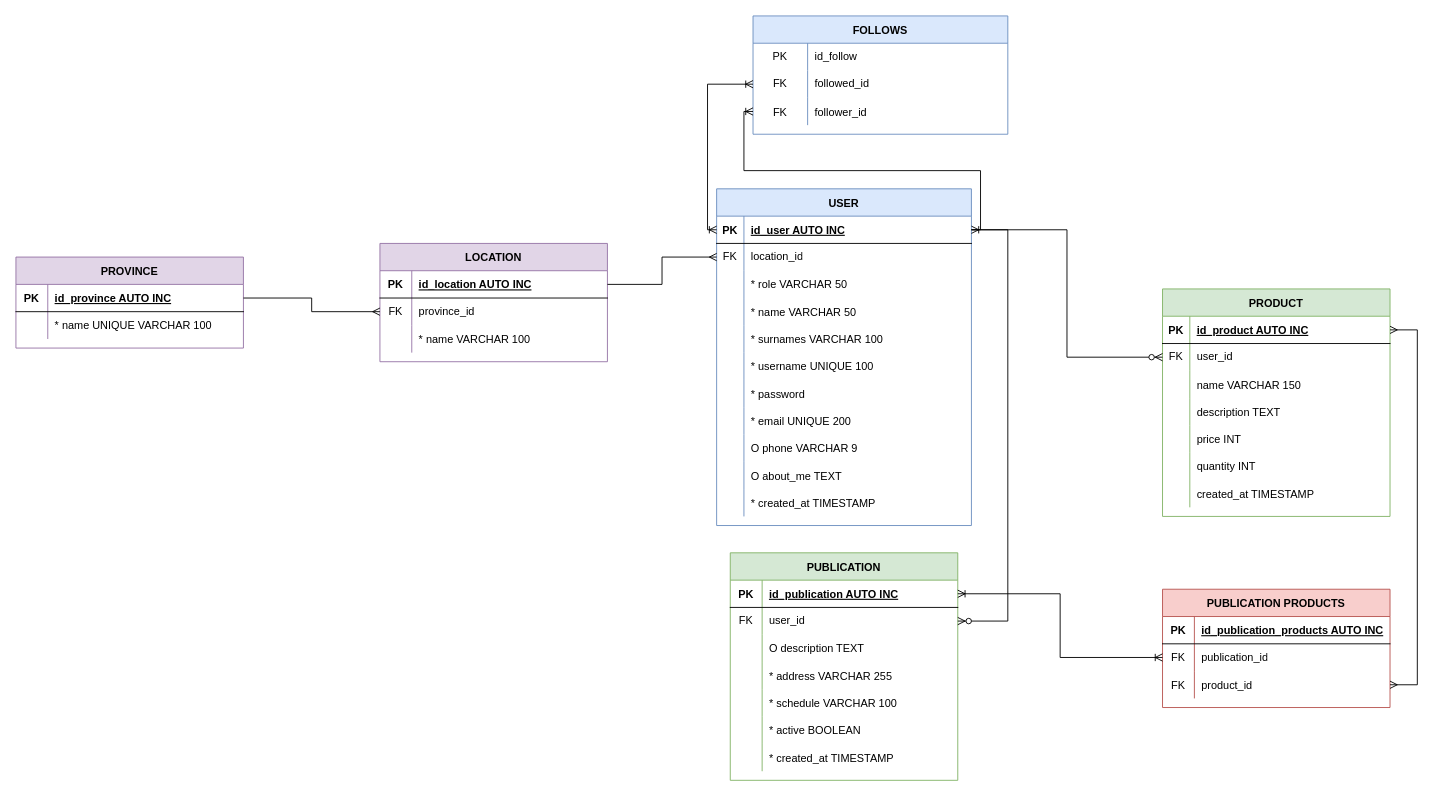
cnievaslozano/ConectaCampo keeps this draw.io diagram as diseño-bd.drawio. Above is the earlier version. Source tidied: cells renumbered, new cells numbered last; positions are measured from the earlier drawing's top-left corner, leaving out a move shared by most shapes. Both pictures are drawn from the tidied source at 91%, with x=0, y=0 at pixel (15, 15).
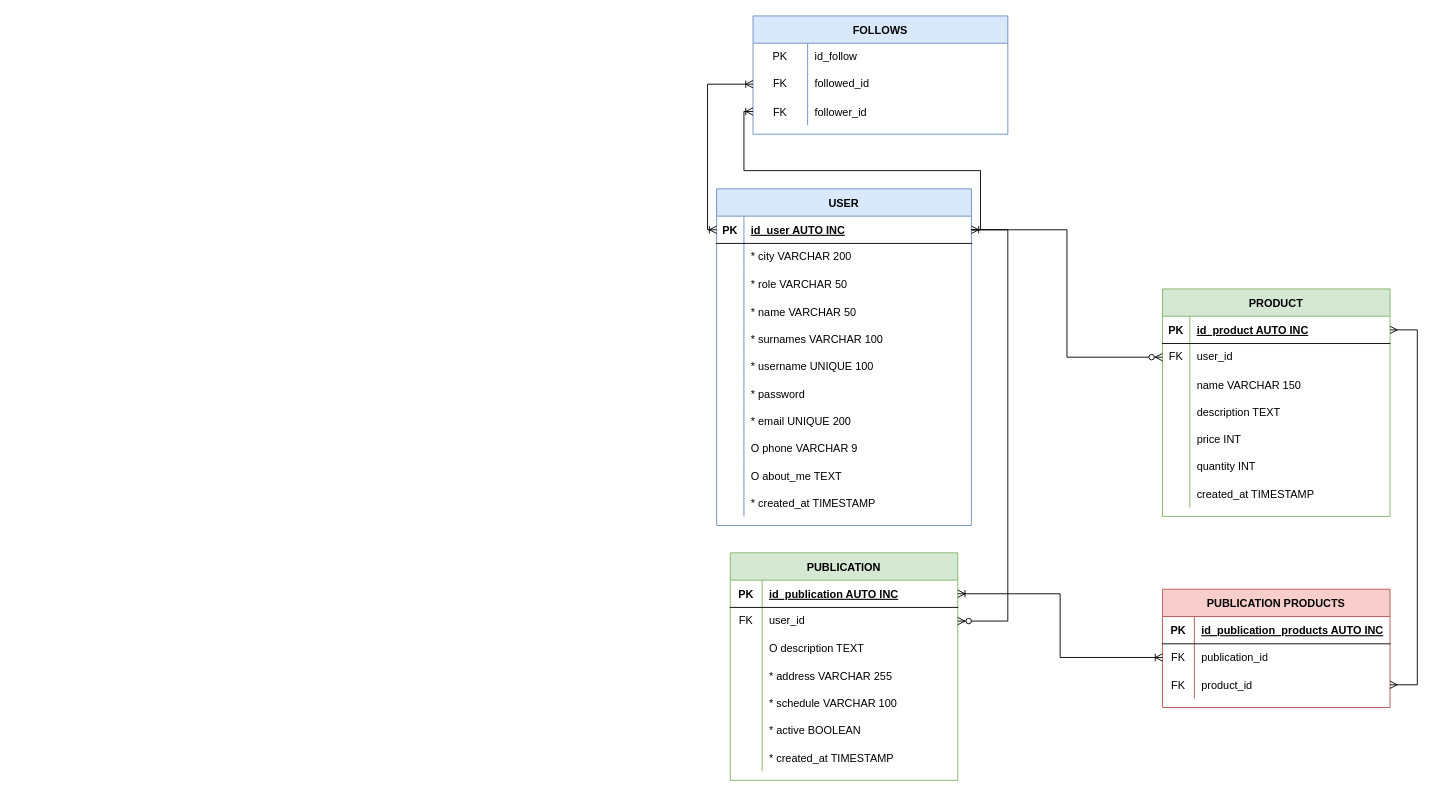
Above is the later version.

Commit message (it also covers changes not shown here):
Simplify location to city

Unchanged cells that the change refers to:
```xml
<mxCell id="6" style="shape=tableRow;horizontal=0;startSize=0;swimlaneHead=0;swimlaneBody=0;fillColor=none;points=[[0,0.5],[1,0.5]];portConstraint=eastwest;top=0;left=0;right=0;bottom=0;" parent="2" vertex="1">
  <mxGeometry y="60" width="280" height="30" as="geometry" />
</mxCell>
```

What changed in the source:
```diff
@@
-    <mxCell id="7" value="FK" style="shape=partialRectangle;fillColor=none;top=0;left=0;bottom=0;right=0;fontStyle=0;overflow=hidden;whiteSpace=wrap;html=1;" parent="6" vertex="1">
+    <mxCell id="7" style="shape=partialRectangle;fillColor=none;top=0;left=0;bottom=0;right=0;fontStyle=0;overflow=hidden;whiteSpace=wrap;html=1;" parent="6" vertex="1">
       <mxGeometry width="30" height="30" as="geometry" />
     </mxCell>
-    <mxCell id="8" value="location_id" style="shape=partialRectangle;fillColor=none;top=0;left=0;bottom=0;right=0;align=left;spacingLeft=6;fontStyle=0;overflow=hidden;whiteSpace=wrap;html=1;" parent="6" vertex="1">
+    <mxCell id="8" value="* city VARCHAR 200" style="shape=partialRectangle;fillColor=none;top=0;left=0;bottom=0;right=0;align=left;spacingLeft=6;fontStyle=0;overflow=hidden;whiteSpace=wrap;html=1;" parent="6" vertex="1">
       <mxGeometry x="30" width="250" height="30" as="geometry" />
     </mxCell>
@@
-    <mxCell id="81" value="LOCATION" style="shape=table;startSize=30;childLayout=tableLayout;rowLines=0;fontStyle=1;align=center;fillColor=#e1d5e7;strokeColor=#9673a6;" parent="1" vertex="1">
-      <mxGeometry x="400" y="250" width="250" height="130" as="geometry" />
-    </mxCell>
-    <mxCell id="82" style="shape=partialRectangle;fillColor=none;points=[[0,0.5],[1,0.5]];portConstraint=eastwest;top=0;left=0;right=0;bottom=1;" parent="81" vertex="1">
-      <mxGeometry y="30" width="250" height="30" as="geometry" />
-    </mxCell>
-    <mxCell id="83" value="PK" style="shape=partialRectangle;overflow=hidden;fillColor=none;top=0;left=0;bottom=0;right=0;fontStyle=1;" parent="82" vertex="1">
-      <mxGeometry width="35" height="30" as="geometry" />
-    </mxCell>
-    <mxCell id="84" value="id_location AUTO INC" style="shape=partialRectangle;overflow=hidden;fillColor=none;top=0;left=0;bottom=0;right=0;align=left;spacingLeft=6;fontStyle=5;" parent="82" vertex="1">
-      <mxGeometry x="35" width="215" height="30" as="geometry" />
-    </mxCell>
-    <mxCell id="85" style="shape=tableRow;horizontal=0;startSize=0;swimlaneHead=0;swimlaneBody=0;fillColor=none;points=[[0,0.5],[1,0.5]];portConstraint=eastwest;top=0;left=0;right=0;bottom=0;" parent="81" vertex="1">
-      <mxGeometry y="60" width="250" height="30" as="geometry" />
-    </mxCell>
-    <mxCell id="86" value="FK" style="shape=partialRectangle;fillColor=none;top=0;left=0;bottom=0;right=0;fontStyle=0;overflow=hidden;whiteSpace=wrap;html=1;" parent="85" vertex="1">
-      <mxGeometry width="35" height="30" as="geometry" />
-    </mxCell>
-    <mxCell id="87" value="province_id" style="shape=partialRectangle;fillColor=none;top=0;left=0;bottom=0;right=0;align=left;spacingLeft=6;fontStyle=0;overflow=hidden;whiteSpace=wrap;html=1;" parent="85" vertex="1">
-      <mxGeometry x="35" width="215" height="30" as="geometry" />
-    </mxCell>
-    <mxCell id="88" style="shape=tableRow;horizontal=0;startSize=0;swimlaneHead=0;swimlaneBody=0;fillColor=none;top=0;left=0;right=0;bottom=0;" parent="81" vertex="1">
-      <mxGeometry y="90" width="250" height="30" as="geometry" />
-    </mxCell>
-    <mxCell id="89" style="shape=partialRectangle;fillColor=none;top=0;left=0;bottom=0;right=0;overflow=hidden;" parent="88" vertex="1">
-      <mxGeometry width="35" height="30" as="geometry" />
-    </mxCell>
-    <mxCell id="90" value="* name VARCHAR 100" style="shape=partialRectangle;fillColor=none;top=0;left=0;bottom=0;right=0;align=left;spacingLeft=6;overflow=hidden;" parent="88" vertex="1">
-      <mxGeometry x="35" width="215" height="30" as="geometry" />
-    </mxCell>
-    <mxCell id="91" value="PROVINCE" style="shape=table;startSize=30;childLayout=tableLayout;rowLines=0;fontStyle=1;align=center;fillColor=#e1d5e7;strokeColor=#9673a6;" parent="1" vertex="1">
-      <mxGeometry y="265" width="250" height="100" as="geometry" />
-    </mxCell>
-    <mxCell id="92" style="shape=partialRectangle;fillColor=none;points=[[0,0.5],[1,0.5]];portConstraint=eastwest;top=0;left=0;right=0;bottom=1;" parent="91" vertex="1">
-      <mxGeometry y="30" width="250" height="30" as="geometry" />
-    </mxCell>
-    <mxCell id="93" value="PK" style="shape=partialRectangle;overflow=hidden;fillColor=none;top=0;left=0;bottom=0;right=0;fontStyle=1;" parent="92" vertex="1">
-      <mxGeometry width="35" height="30" as="geometry" />
-    </mxCell>
-    <mxCell id="94" value="id_province AUTO INC" style="shape=partialRectangle;overflow=hidden;fillColor=none;top=0;left=0;bottom=0;right=0;align=left;spacingLeft=6;fontStyle=5;" parent="92" vertex="1">
-      <mxGeometry x="35" width="215" height="30" as="geometry" />
-    </mxCell>
-    <mxCell id="95" style="shape=tableRow;horizontal=0;startSize=0;swimlaneHead=0;swimlaneBody=0;fillColor=none;top=0;left=0;right=0;bottom=0;" parent="91" vertex="1">
-      <mxGeometry y="60" width="250" height="30" as="geometry" />
-    </mxCell>
-    <mxCell id="96" style="shape=partialRectangle;fillColor=none;top=0;left=0;bottom=0;right=0;overflow=hidden;" parent="95" vertex="1">
-      <mxGeometry width="35" height="30" as="geometry" />
-    </mxCell>
-    <mxCell id="97" value="* name UNIQUE VARCHAR 100" style="shape=partialRectangle;fillColor=none;top=0;left=0;bottom=0;right=0;align=left;spacingLeft=6;overflow=hidden;" parent="95" vertex="1">
-      <mxGeometry x="35" width="215" height="30" as="geometry" />
-    </mxCell>
-    <mxCell id="98" style="edgeStyle=orthogonalEdgeStyle;fontSize=12;html=1;endArrow=ERmany;rounded=0;exitX=1;exitY=0.5;exitDx=0;exitDy=0;entryX=0;entryY=0.5;entryDx=0;entryDy=0;" parent="1" edge="1" source="92" target="85">
-      <mxGeometry relative="1" as="geometry" />
-    </mxCell>
-    <mxCell id="99" style="edgeStyle=orthogonalEdgeStyle;fontSize=12;html=1;endArrow=ERmany;rounded=0;entryX=0;entryY=0.5;entryDx=0;entryDy=0;exitX=1;exitY=0.5;exitDx=0;exitDy=0;" parent="1" edge="1" source="82" target="6">
-      <mxGeometry relative="1" as="geometry" />
-    </mxCell>
```
